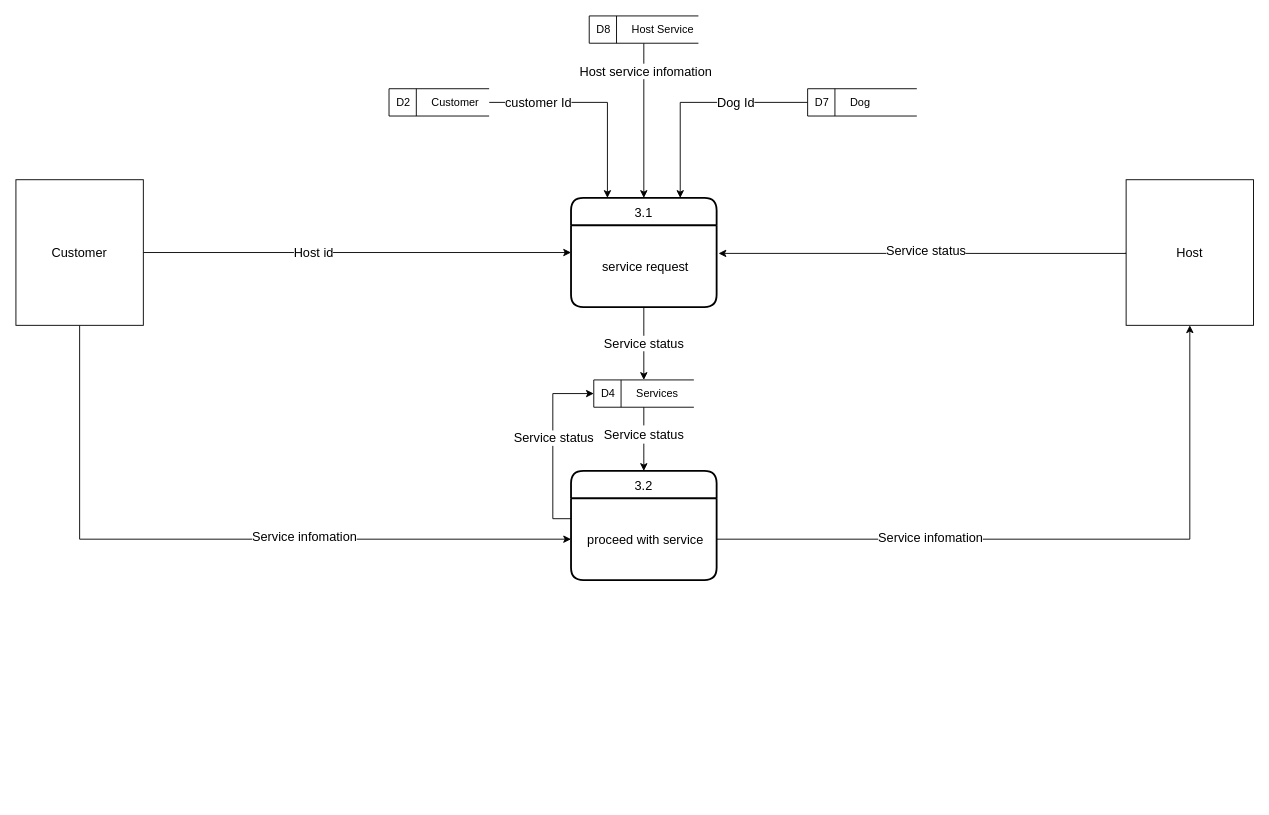
Above: page "LV1 Process 3.0" (5 of 6) of ProjectProcesses/HostDog_5DFD/Hostdog_DFD_V3.drawio in Hostdogs/Project_Hostdog (draw.io), before the change. Source tidied: cells renumbered, new cells numbered last; positions are measured from the earlier drawing's top-left corner, leaving out a move shared by most shapes. Both pictures are drawn from the tidied source at 91%, with x=0, y=0 at pixel (15, 15).
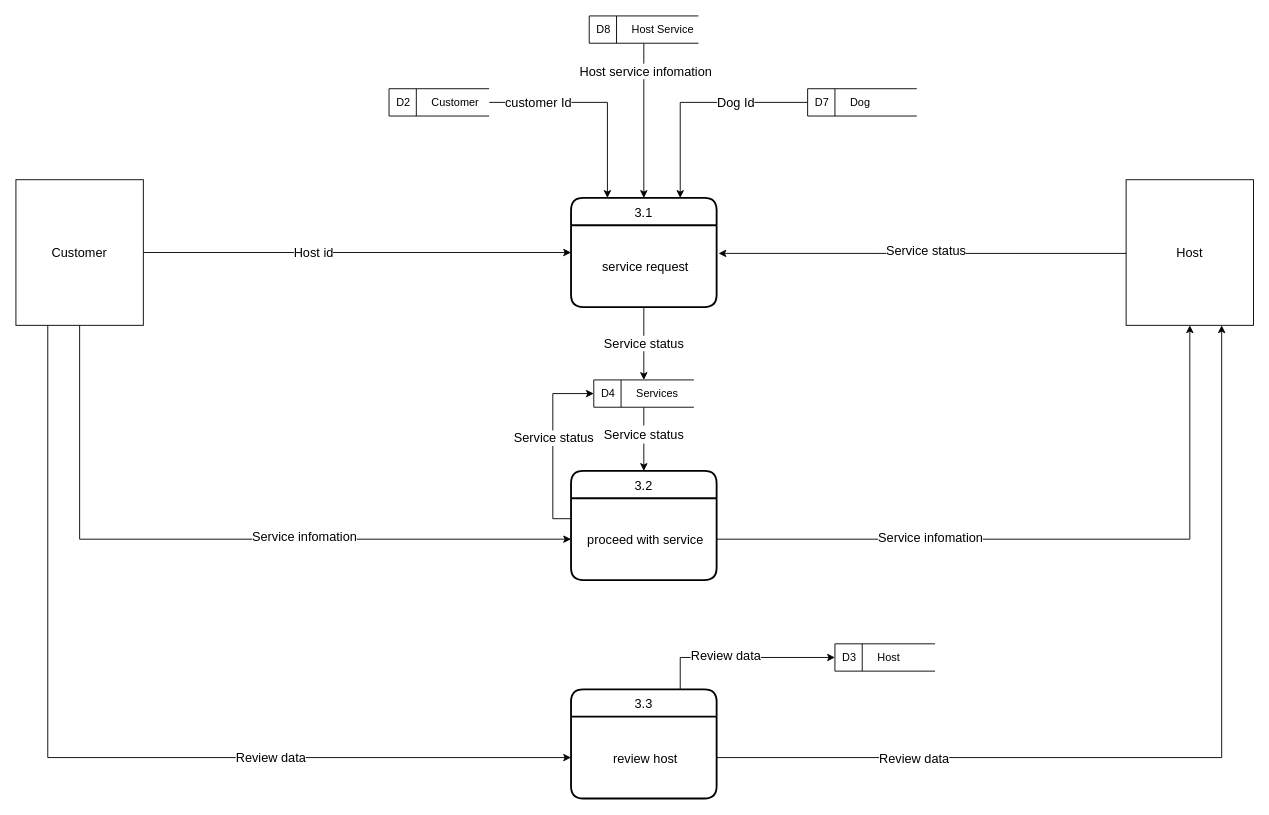
The same page after the edit.

Unchanged cells that the change refers to:
```xml
<mxCell id="6" value="Customer" style="whiteSpace=wrap;html=1;align=center;fontSize=14;" parent="1" vertex="1">
  <mxGeometry y="180" width="140" height="160" as="geometry" />
</mxCell>
<mxCell id="9" value="Host" style="whiteSpace=wrap;html=1;align=center;fontSize=14;" parent="1" vertex="1">
  <mxGeometry x="1220" y="180" width="140" height="160" as="geometry" />
</mxCell>
```

What changed in the source:
```diff
@@
+    <mxCell id="32" style="edgeStyle=orthogonalEdgeStyle;rounded=0;jettySize=auto;html=1;exitX=0.25;exitY=1;exitDx=0;exitDy=0;entryX=0;entryY=0.5;entryDx=0;entryDy=0;fontSize=14;startSize=30;" parent="1" edge="1" source="6" target="37">
+      <mxGeometry relative="1" as="geometry" />
+    </mxCell>
+    <mxCell id="33" value="Review data" style="edgeLabel;html=1;align=center;verticalAlign=middle;fontSize=14;" parent="32" vertex="1">
+      <mxGeometry x="0.37" y="1" relative="1" as="geometry" />
+    </mxCell>
@@
+    <mxCell id="34" style="edgeStyle=orthogonalEdgeStyle;rounded=0;jettySize=auto;html=1;exitX=0.75;exitY=0;exitDx=0;exitDy=0;entryX=0;entryY=0.5;entryDx=0;entryDy=0;fontSize=14;startSize=30;" parent="1" edge="1" source="36" target="40">
+      <mxGeometry relative="1" as="geometry" />
+    </mxCell>
+    <mxCell id="35" value="Review data" style="edgeLabel;html=1;align=center;verticalAlign=middle;fontSize=14;" parent="34" vertex="1">
+      <mxGeometry x="-0.18" y="3" relative="1" as="geometry" />
+    </mxCell>
+    <mxCell id="36" value="3.3" style="swimlane;horizontal=1;startSize=30;rounded=1;fontSize=14;fontStyle=0;strokeWidth=2;shadow=0;dashed=0;align=center;" parent="1" vertex="1">
+      <mxGeometry x="610" y="740" width="160" height="120" as="geometry" />
+    </mxCell>
+    <mxCell id="37" value="review host" style="align=center;strokeColor=none;fillColor=none;spacingLeft=4;fontSize=14;verticalAlign=middle;" parent="36" vertex="1">
+      <mxGeometry y="30" width="160" height="90" as="geometry" />
+    </mxCell>
+    <mxCell id="38" style="edgeStyle=orthogonalEdgeStyle;rounded=0;jettySize=auto;html=1;exitX=1;exitY=0.5;exitDx=0;exitDy=0;entryX=0.75;entryY=1;entryDx=0;entryDy=0;fontSize=14;startSize=30;" parent="1" edge="1" source="37" target="9">
+      <mxGeometry relative="1" as="geometry" />
+    </mxCell>
+    <mxCell id="39" value="Review data" style="edgeLabel;html=1;align=center;verticalAlign=middle;fontSize=14;" parent="38" vertex="1">
+      <mxGeometry x="-0.58" relative="1" as="geometry" />
+    </mxCell>
+    <mxCell id="40" value="&amp;nbsp;D3&amp;nbsp; &amp;nbsp; &amp;nbsp; &amp;nbsp;Host" style="html=1;dashed=0;whitespace=wrap;shape=mxgraph.dfd.dataStoreID;align=left;spacingLeft=3;points=[[0,0],[0.5,0],[1,0],[0,0.5],[1,0.5],[0,1],[0.5,1],[1,1]];" parent="1" vertex="1">
+      <mxGeometry x="900" y="690" width="110" height="30" as="geometry" />
+    </mxCell>
```
